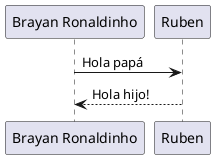
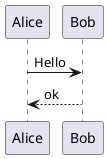
@startuml
- "Brayan Ronaldinho" -> Ruben: Hola papá
- return Hola hijo!
+ Alice->Bob : Hello
+ return ok
@enduml